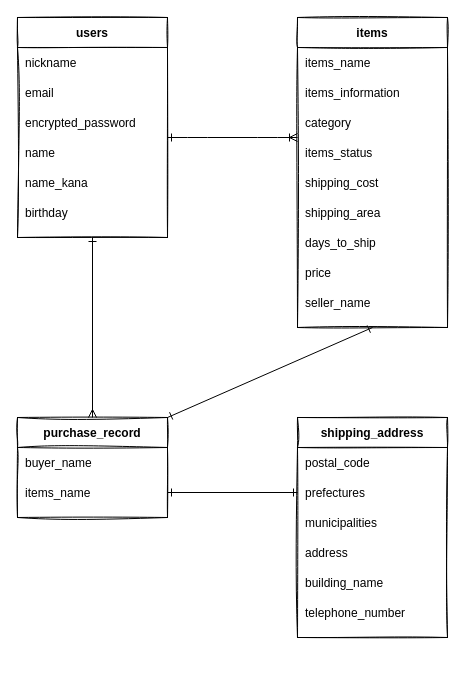
hermione415/furima-36346 keeps this draw.io diagram as ER.dio. Above is the earlier version. Source tidied: cells renumbered, new cells numbered last; positions are measured from the earlier drawing's top-left corner, leaving out a move shared by most shapes. Both pictures are drawn from the tidied source at 100%, with x=0, y=0 at pixel (17, 17).
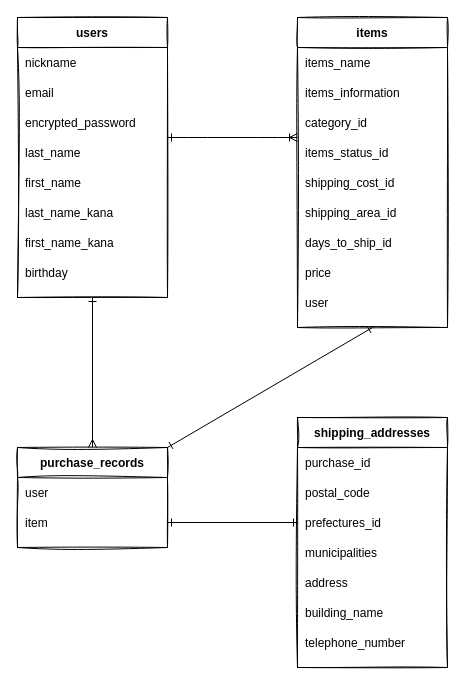
After the change.

The change refers to these unchanged cells:
```xml
<mxCell id="3" style="shape=partialRectangle;fillColor=none;top=0;left=0;bottom=0;right=0;sketch=1;" parent="2" vertex="1">
  <mxGeometry y="30" width="150" height="30" as="geometry" />
</mxCell>
<mxCell id="5" style="shape=partialRectangle;fillColor=none;top=0;left=0;bottom=0;right=0;points=[[0,0.5],[1,0.5]];portConstraint=eastwest;sketch=1;" parent="2" vertex="1">
  <mxGeometry y="60" width="150" height="30" as="geometry" />
</mxCell>
<mxCell id="13" style="shape=partialRectangle;fillColor=none;top=0;left=0;bottom=0;right=0;points=[[0,0.5],[1,0.5]];portConstraint=eastwest;sketch=1;" parent="8" vertex="1">
  <mxGeometry y="90" width="150" height="30" as="geometry" />
</mxCell>
<mxCell id="15" style="shape=partialRectangle;fillColor=none;top=0;left=0;bottom=0;right=0;sketch=1;" parent="8" vertex="1">
  <mxGeometry y="120" width="150" height="30" as="geometry" />
</mxCell>
<mxCell id="17" style="shape=partialRectangle;fillColor=none;top=0;left=0;bottom=0;right=0;sketch=1;" parent="8" vertex="1">
  <mxGeometry y="150" width="150" height="30" as="geometry" />
</mxCell>
<mxCell id="19" style="shape=partialRectangle;fillColor=none;top=0;left=0;bottom=0;right=0;sketch=1;" parent="8" vertex="1">
  <mxGeometry y="180" width="150" height="30" as="geometry" />
</mxCell>
<mxCell id="21" style="shape=partialRectangle;fillColor=none;top=0;left=0;bottom=0;right=0;sketch=1;" parent="8" vertex="1">
  <mxGeometry y="210" width="150" height="30" as="geometry" />
</mxCell>
<mxCell id="25" style="shape=partialRectangle;fillColor=none;top=0;left=0;bottom=0;right=0;sketch=1;" parent="8" vertex="1">
  <mxGeometry y="270" width="150" height="30" as="geometry" />
</mxCell>
<mxCell id="48" style="shape=partialRectangle;fillColor=none;top=0;left=0;bottom=0;right=0;sketch=1;" parent="41" vertex="1">
  <mxGeometry y="120" width="150" height="30" as="geometry" />
</mxCell>
```

Change to the diagram source:
```diff
@@
-    <mxCell id="2" value="purchase_record" style="shape=table;startSize=30;childLayout=tableLayout;rowLines=0;fontStyle=1;align=center;sketch=1;" parent="1" vertex="1">
-      <mxGeometry y="400" width="150" height="100" as="geometry" />
+    <mxCell id="2" value="purchase_records" style="shape=table;startSize=30;childLayout=tableLayout;rowLines=0;fontStyle=1;align=center;sketch=1;" parent="1" vertex="1">
+      <mxGeometry y="430" width="150" height="100" as="geometry" />
     </mxCell>
@@
-    <mxCell id="4" value="buyer_name" style="shape=partialRectangle;fillColor=none;top=0;left=0;bottom=0;right=0;align=left;spacingLeft=6;overflow=hidden;sketch=1;" parent="3" vertex="1">
+    <mxCell id="4" value="user" style="shape=partialRectangle;fillColor=none;top=0;left=0;bottom=0;right=0;align=left;spacingLeft=6;overflow=hidden;sketch=1;" parent="3" vertex="1">
       <mxGeometry width="150" height="30" as="geometry" />
     </mxCell>
@@
-    <mxCell id="6" value="items_name" style="shape=partialRectangle;fillColor=none;top=0;left=0;bottom=0;right=0;align=left;spacingLeft=6;overflow=hidden;sketch=1;" parent="5" vertex="1">
+    <mxCell id="6" value="item" style="shape=partialRectangle;fillColor=none;top=0;left=0;bottom=0;right=0;align=left;spacingLeft=6;overflow=hidden;sketch=1;" parent="5" vertex="1">
       <mxGeometry width="150" height="30" as="geometry" />
     </mxCell>
@@
-    <mxCell id="14" value="category" style="shape=partialRectangle;fillColor=none;top=0;left=0;bottom=0;right=0;align=left;spacingLeft=6;overflow=hidden;sketch=1;" parent="13" vertex="1">
+    <mxCell id="14" value="category_id" style="shape=partialRectangle;fillColor=none;top=0;left=0;bottom=0;right=0;align=left;spacingLeft=6;overflow=hidden;sketch=1;" parent="13" vertex="1">
       <mxGeometry width="150" height="30" as="geometry" />
     </mxCell>
@@
-    <mxCell id="16" value="items_status" style="shape=partialRectangle;fillColor=none;top=0;left=0;bottom=0;right=0;align=left;spacingLeft=6;overflow=hidden;sketch=1;" parent="15" vertex="1">
+    <mxCell id="16" value="items_status_id" style="shape=partialRectangle;fillColor=none;top=0;left=0;bottom=0;right=0;align=left;spacingLeft=6;overflow=hidden;sketch=1;" parent="15" vertex="1">
       <mxGeometry width="150" height="30" as="geometry" />
     </mxCell>
@@
-    <mxCell id="18" value="shipping_cost" style="shape=partialRectangle;fillColor=none;top=0;left=0;bottom=0;right=0;align=left;spacingLeft=6;overflow=hidden;sketch=1;" parent="17" vertex="1">
+    <mxCell id="18" value="shipping_cost_id" style="shape=partialRectangle;fillColor=none;top=0;left=0;bottom=0;right=0;align=left;spacingLeft=6;overflow=hidden;sketch=1;" parent="17" vertex="1">
       <mxGeometry width="150" height="30" as="geometry" />
     </mxCell>
@@
-    <mxCell id="20" value="shipping_area" style="shape=partialRectangle;fillColor=none;top=0;left=0;bottom=0;right=0;align=left;spacingLeft=6;overflow=hidden;sketch=1;" parent="19" vertex="1">
+    <mxCell id="20" value="shipping_area_id" style="shape=partialRectangle;fillColor=none;top=0;left=0;bottom=0;right=0;align=left;spacingLeft=6;overflow=hidden;sketch=1;" parent="19" vertex="1">
       <mxGeometry width="150" height="30" as="geometry" />
     </mxCell>
@@
-    <mxCell id="22" value="days_to_ship" style="shape=partialRectangle;fillColor=none;top=0;left=0;bottom=0;right=0;align=left;spacingLeft=6;overflow=hidden;sketch=1;" parent="21" vertex="1">
+    <mxCell id="22" value="days_to_ship_id" style="shape=partialRectangle;fillColor=none;top=0;left=0;bottom=0;right=0;align=left;spacingLeft=6;overflow=hidden;sketch=1;" parent="21" vertex="1">
       <mxGeometry width="150" height="30" as="geometry" />
     </mxCell>
@@
-    <mxCell id="26" value="seller_name" style="shape=partialRectangle;fillColor=none;top=0;left=0;bottom=0;right=0;align=left;spacingLeft=6;overflow=hidden;sketch=1;" parent="25" vertex="1">
+    <mxCell id="26" value="user" style="shape=partialRectangle;fillColor=none;top=0;left=0;bottom=0;right=0;align=left;spacingLeft=6;overflow=hidden;sketch=1;" parent="25" vertex="1">
       <mxGeometry width="150" height="30" as="geometry" />
     </mxCell>
-    <mxCell id="27" value="shipping_address" style="shape=table;startSize=30;childLayout=tableLayout;rowLines=0;fontStyle=1;align=center;sketch=1;" parent="1" vertex="1">
-      <mxGeometry x="280" y="400" width="150" height="220" as="geometry" />
+    <mxCell id="27" value="shipping_addresses" style="shape=table;startSize=30;childLayout=tableLayout;rowLines=0;fontStyle=1;align=center;sketch=1;" parent="1" vertex="1">
+      <mxGeometry x="280" y="400" width="150" height="250" as="geometry" />
     </mxCell>
+    <mxCell id="56" style="shape=partialRectangle;fillColor=none;top=0;left=0;bottom=0;right=0;sketch=1;" parent="27" vertex="1">
+      <mxGeometry y="30" width="150" height="30" as="geometry" />
+    </mxCell>
+    <mxCell id="57" value="purchase_id" style="shape=partialRectangle;fillColor=none;top=0;left=0;bottom=0;right=0;align=left;spacingLeft=6;overflow=hidden;sketch=1;" parent="56" vertex="1">
+      <mxGeometry width="150" height="30" as="geometry" />
+    </mxCell>
     <mxCell id="28" style="shape=partialRectangle;fillColor=none;top=0;left=0;bottom=0;right=0;sketch=1;" parent="27" vertex="1">
-      <mxGeometry y="30" width="150" height="30" as="geometry" />
+      <mxGeometry y="60" width="150" height="30" as="geometry" />
     </mxCell>
@@
     <mxCell id="30" style="shape=partialRectangle;fillColor=none;top=0;left=0;bottom=0;right=0;points=[[0,0.5],[1,0.5]];portConstraint=eastwest;sketch=1;" parent="27" vertex="1">
-      <mxGeometry y="60" width="150" height="30" as="geometry" />
+      <mxGeometry y="90" width="150" height="30" as="geometry" />
     </mxCell>
-    <mxCell id="31" value="prefectures" style="shape=partialRectangle;fillColor=none;top=0;left=0;bottom=0;right=0;align=left;spacingLeft=6;overflow=hidden;sketch=1;" parent="30" vertex="1">
+    <mxCell id="31" value="prefectures_id" style="shape=partialRectangle;fillColor=none;top=0;left=0;bottom=0;right=0;align=left;spacingLeft=6;overflow=hidden;sketch=1;" parent="30" vertex="1">
       <mxGeometry width="150" height="30" as="geometry" />
     </mxCell>
     <mxCell id="32" style="shape=partialRectangle;fillColor=none;top=0;left=0;bottom=0;right=0;sketch=1;" parent="27" vertex="1">
-      <mxGeometry y="90" width="150" height="30" as="geometry" />
+      <mxGeometry y="120" width="150" height="30" as="geometry" />
     </mxCell>
@@
     <mxCell id="34" style="shape=partialRectangle;fillColor=none;top=0;left=0;bottom=0;right=0;sketch=1;" parent="27" vertex="1">
-      <mxGeometry y="120" width="150" height="30" as="geometry" />
+      <mxGeometry y="150" width="150" height="30" as="geometry" />
     </mxCell>
@@
     <mxCell id="36" style="shape=partialRectangle;fillColor=none;top=0;left=0;bottom=0;right=0;sketch=1;" parent="27" vertex="1">
-      <mxGeometry y="150" width="150" height="30" as="geometry" />
+      <mxGeometry y="180" width="150" height="30" as="geometry" />
     </mxCell>
@@
     <mxCell id="38" style="shape=partialRectangle;fillColor=none;top=0;left=0;bottom=0;right=0;sketch=1;" parent="27" vertex="1">
-      <mxGeometry y="180" width="150" height="30" as="geometry" />
+      <mxGeometry y="210" width="150" height="30" as="geometry" />
     </mxCell>
@@
     <mxCell id="41" value="users" style="shape=table;startSize=30;childLayout=tableLayout;rowLines=0;fontStyle=1;align=center;sketch=1;" parent="1" vertex="1">
-      <mxGeometry width="150" height="220" as="geometry" />
+      <mxGeometry width="150" height="280" as="geometry" />
     </mxCell>
@@
-    <mxCell id="49" value="name" style="shape=partialRectangle;fillColor=none;top=0;left=0;bottom=0;right=0;align=left;spacingLeft=6;overflow=hidden;sketch=1;" parent="48" vertex="1">
+    <mxCell id="49" value="last_name" style="shape=partialRectangle;fillColor=none;top=0;left=0;bottom=0;right=0;align=left;spacingLeft=6;overflow=hidden;sketch=1;" parent="48" vertex="1">
       <mxGeometry width="150" height="30" as="geometry" />
     </mxCell>
+    <mxCell id="58" style="shape=partialRectangle;fillColor=none;top=0;left=0;bottom=0;right=0;sketch=1;" parent="41" vertex="1">
+      <mxGeometry y="150" width="150" height="30" as="geometry" />
+    </mxCell>
+    <mxCell id="59" value="first_name" style="shape=partialRectangle;fillColor=none;top=0;left=0;bottom=0;right=0;align=left;spacingLeft=6;overflow=hidden;sketch=1;" parent="58" vertex="1">
+      <mxGeometry width="150" height="30" as="geometry" />
+    </mxCell>
+    <mxCell id="60" style="shape=partialRectangle;fillColor=none;top=0;left=0;bottom=0;right=0;sketch=1;" parent="41" vertex="1">
+      <mxGeometry y="180" width="150" height="30" as="geometry" />
+    </mxCell>
+    <mxCell id="61" value="last_name_kana" style="shape=partialRectangle;fillColor=none;top=0;left=0;bottom=0;right=0;align=left;spacingLeft=6;overflow=hidden;sketch=1;" parent="60" vertex="1">
+      <mxGeometry width="150" height="30" as="geometry" />
+    </mxCell>
     <mxCell id="50" style="shape=partialRectangle;fillColor=none;top=0;left=0;bottom=0;right=0;sketch=1;" parent="41" vertex="1">
-      <mxGeometry y="150" width="150" height="30" as="geometry" />
+      <mxGeometry y="210" width="150" height="30" as="geometry" />
     </mxCell>
-    <mxCell id="51" value="name_kana" style="shape=partialRectangle;fillColor=none;top=0;left=0;bottom=0;right=0;align=left;spacingLeft=6;overflow=hidden;sketch=1;" parent="50" vertex="1">
+    <mxCell id="51" value="first_name_kana" style="shape=partialRectangle;fillColor=none;top=0;left=0;bottom=0;right=0;align=left;spacingLeft=6;overflow=hidden;sketch=1;" parent="50" vertex="1">
       <mxGeometry width="150" height="30" as="geometry" />
     </mxCell>
     <mxCell id="52" style="shape=partialRectangle;fillColor=none;top=0;left=0;bottom=0;right=0;sketch=1;" parent="41" vertex="1">
-      <mxGeometry y="180" width="150" height="30" as="geometry" />
+      <mxGeometry y="240" width="150" height="30" as="geometry" />
     </mxCell>
```
